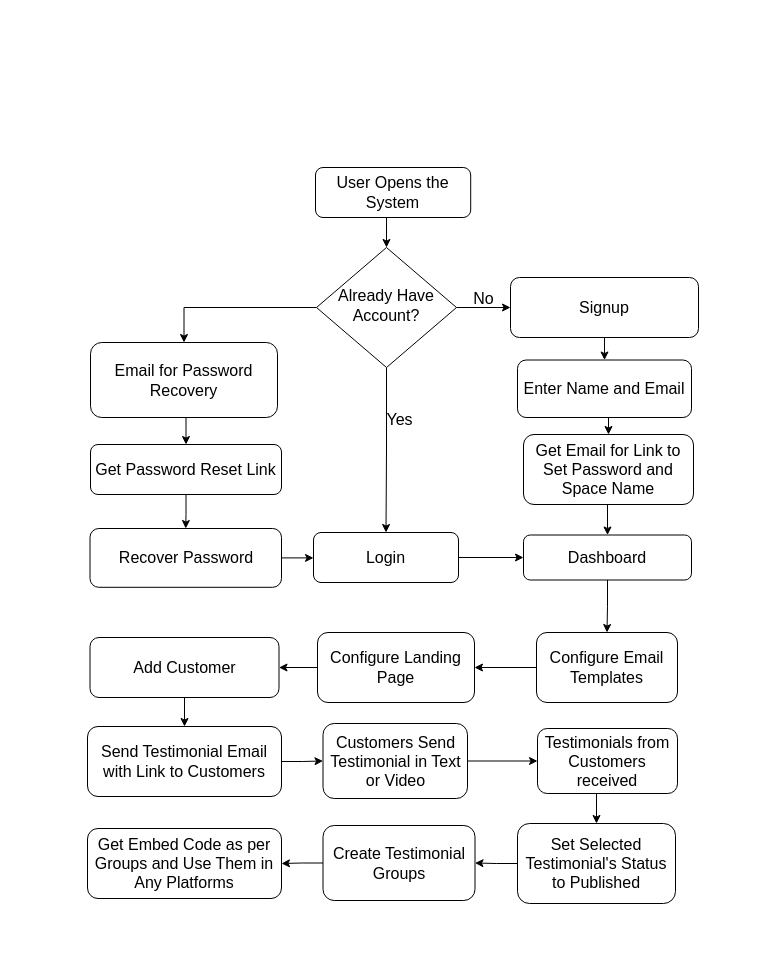
Before: Untitled Diagram.drawio in banmala/draw.io, a draw.io diagram. Source tidied: cells renumbered, new cells numbered last; positions are measured from the earlier drawing's top-left corner, leaving out a move shared by most shapes. Both pictures are drawn from the tidied source at 100%, with x=0, y=0 at pixel (87, 167).
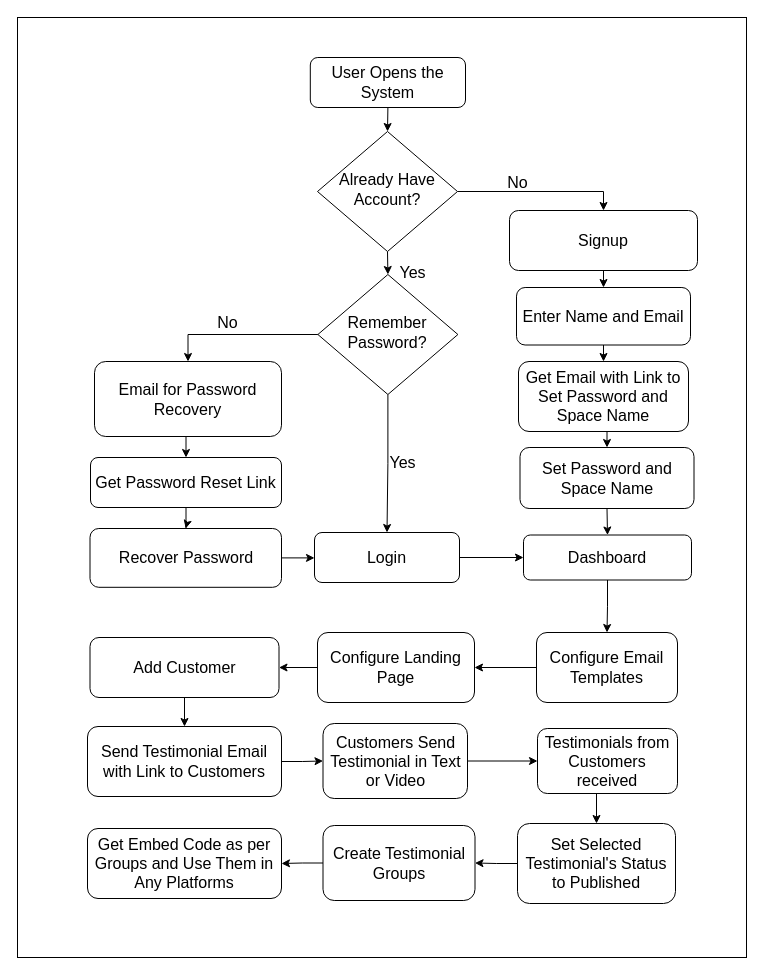
The same page after the edit.

The change refers to these unchanged cells:
```xml
<mxCell id="21" value="Dashboard" style="rounded=1;whiteSpace=wrap;html=1;fontSize=16;glass=0;strokeWidth=1;shadow=0;" parent="1" vertex="1">
  <mxGeometry x="436" y="367.5" width="168" height="45" as="geometry" />
</mxCell>
```

Change to the diagram source:
```diff
@@
+    <mxCell id="43" style="rounded=0;strokeWidth=1;fontSize=16;labelBorderColor=none;fontColor=none;noLabel=1;textOpacity=0;" parent="1" vertex="1">
+      <mxGeometry x="-70" y="-150" width="729" height="940" as="geometry" />
+    </mxCell>
+    <mxCell id="44" style="edgeStyle=orthogonalEdgeStyle;rounded=0;jettySize=auto;html=1;exitX=0.5;exitY=1;exitDx=0;exitDy=0;entryX=0.5;entryY=0;entryDx=0;entryDy=0;strokeWidth=1;fontSize=16;fontColor=none;" parent="1" edge="1" source="5" target="48">
+      <mxGeometry relative="1" as="geometry" />
+    </mxCell>
-    <mxCell id="2" style="edgeStyle=orthogonalEdgeStyle;rounded=0;jettySize=auto;html=1;exitX=1;exitY=0.5;exitDx=0;exitDy=0;entryX=0;entryY=0.5;entryDx=0;entryDy=0;strokeWidth=1;fontSize=16;" parent="1" edge="1" source="5" target="7">
-      <mxGeometry relative="1" as="geometry" />
+    <mxCell id="2" style="edgeStyle=orthogonalEdgeStyle;rounded=0;jettySize=auto;html=1;exitX=1;exitY=0.5;exitDx=0;exitDy=0;entryX=0.5;entryY=0;entryDx=0;entryDy=0;strokeWidth=1;fontSize=16;fontColor=none;" parent="1" edge="1" source="5" target="7">
+      <mxGeometry relative="1" as="geometry">
+        <Array as="points">
+          <mxPoint x="516" y="24" />
+        </Array>
+      </mxGeometry>
     </mxCell>
-    <mxCell id="3" style="edgeStyle=orthogonalEdgeStyle;rounded=0;jettySize=auto;html=1;entryX=0.5;entryY=0;entryDx=0;entryDy=0;exitX=0.5;exitY=1;exitDx=0;exitDy=0;strokeWidth=1;fontSize=16;" parent="1" edge="1" source="5" target="12">
-      <mxGeometry relative="1" as="geometry" />
-    </mxCell>
-    <mxCell id="4" style="edgeStyle=orthogonalEdgeStyle;rounded=0;jettySize=auto;html=1;exitX=0;exitY=0.5;exitDx=0;exitDy=0;entryX=0.5;entryY=0;entryDx=0;entryDy=0;strokeWidth=1;fontSize=16;" parent="1" edge="1" source="5" target="15">
-      <mxGeometry relative="1" as="geometry" />
-    </mxCell>
     <mxCell id="5" value="Already Have Account?" style="rhombus;whiteSpace=wrap;html=1;shadow=0;fontFamily=Helvetica;fontSize=16;align=center;strokeWidth=1;spacing=6;spacingTop=-4;" parent="1" vertex="1">
-      <mxGeometry x="229" y="80" width="140" height="120" as="geometry" />
+      <mxGeometry x="230" y="-36" width="140" height="120" as="geometry" />
     </mxCell>
@@
     <mxCell id="7" value="Signup " style="rounded=1;whiteSpace=wrap;html=1;fontSize=16;glass=0;strokeWidth=1;shadow=0;" parent="1" vertex="1">
-      <mxGeometry x="423" y="110" width="188" height="60" as="geometry" />
+      <mxGeometry x="422" y="43" width="188" height="60" as="geometry" />
     </mxCell>
@@
     <mxCell id="9" value="User Opens the System" style="rounded=1;whiteSpace=wrap;html=1;fontSize=16;glass=0;strokeWidth=1;shadow=0;" parent="1" vertex="1">
-      <mxGeometry x="228" width="155.2" height="50" as="geometry" />
+      <mxGeometry x="222.8" y="-110" width="155.2" height="50" as="geometry" />
     </mxCell>
     <mxCell id="10" value="&lt;div style=&quot;font-size: 16px;&quot;&gt;No&lt;/div&gt;" style="text;html=1;align=center;verticalAlign=middle;strokeColor=none;fillColor=none;strokeWidth=1;fontSize=16;" parent="1" vertex="1">
-      <mxGeometry x="376.1" y="116" width="40" height="30" as="geometry" />
+      <mxGeometry x="410" width="40" height="30" as="geometry" />
     </mxCell>
@@
     <mxCell id="12" value="Login " style="rounded=1;whiteSpace=wrap;html=1;strokeWidth=1;fontSize=16;" parent="1" vertex="1">
-      <mxGeometry x="226" y="365" width="145" height="50" as="geometry" />
+      <mxGeometry x="227" y="365" width="145" height="50" as="geometry" />
     </mxCell>
     <mxCell id="13" value="Yes" style="text;html=1;align=center;verticalAlign=middle;strokeColor=none;fillColor=none;strokeWidth=1;fontSize=16;" parent="1" vertex="1">
-      <mxGeometry x="286.5" y="237" width="50" height="30" as="geometry" />
+      <mxGeometry x="300" y="90" width="50" height="30" as="geometry" />
     </mxCell>
@@
     <mxCell id="15" value="Email for Password Recovery" style="rounded=1;whiteSpace=wrap;html=1;fontSize=16;glass=0;strokeWidth=1;shadow=0;" parent="1" vertex="1">
-      <mxGeometry x="3" y="175" width="187" height="75" as="geometry" />
+      <mxGeometry x="7" y="194" width="187" height="75" as="geometry" />
     </mxCell>
@@
     <mxCell id="17" value="Get Password Reset Link" style="rounded=1;whiteSpace=wrap;html=1;fontSize=16;glass=0;strokeWidth=1;shadow=0;" parent="1" vertex="1">
-      <mxGeometry x="3" y="277" width="191" height="50" as="geometry" />
+      <mxGeometry x="3" y="290" width="191" height="50" as="geometry" />
     </mxCell>
@@
     <mxCell id="23" value="Enter Name and Email " style="rounded=1;whiteSpace=wrap;html=1;fontSize=16;glass=0;strokeWidth=1;shadow=0;" parent="1" vertex="1">
-      <mxGeometry x="430" y="192.5" width="174" height="57.5" as="geometry" />
+      <mxGeometry x="429" y="120" width="174" height="57.5" as="geometry" />
     </mxCell>
-    <mxCell id="24" style="edgeStyle=orthogonalEdgeStyle;rounded=0;jettySize=auto;html=1;exitX=0.5;exitY=1;exitDx=0;exitDy=0;entryX=0.5;entryY=0;entryDx=0;entryDy=0;strokeWidth=1;fontSize=16;" parent="1" edge="1" source="25" target="21">
-      <mxGeometry relative="1" as="geometry" />
-    </mxCell>
+    <mxCell id="45" style="edgeStyle=orthogonalEdgeStyle;rounded=0;jettySize=auto;html=1;exitX=0.5;exitY=1;exitDx=0;exitDy=0;entryX=0.5;entryY=0;entryDx=0;entryDy=0;strokeWidth=1;fontSize=16;fontColor=none;" parent="1" edge="1" source="25" target="52">
+      <mxGeometry relative="1" as="geometry" />
+    </mxCell>
-    <mxCell id="25" value="Get Email for Link to Set Password and Space Name" style="rounded=1;whiteSpace=wrap;html=1;fontSize=16;glass=0;strokeWidth=1;shadow=0;" parent="1" vertex="1">
-      <mxGeometry x="436" y="267" width="170" height="70" as="geometry" />
+    <mxCell id="25" value="Get Email with Link to Set Password and Space Name" style="rounded=1;whiteSpace=wrap;html=1;fontSize=16;glass=0;strokeWidth=1;shadow=0;" parent="1" vertex="1">
+      <mxGeometry x="431" y="194" width="170" height="70" as="geometry" />
     </mxCell>
@@
+    <mxCell id="46" style="edgeStyle=orthogonalEdgeStyle;rounded=0;jettySize=auto;html=1;exitX=0.5;exitY=1;exitDx=0;exitDy=0;entryX=0.5;entryY=0;entryDx=0;entryDy=0;strokeWidth=1;fontSize=16;fontColor=none;" parent="1" edge="1" source="48" target="12">
+      <mxGeometry relative="1" as="geometry" />
+    </mxCell>
+    <mxCell id="47" style="edgeStyle=orthogonalEdgeStyle;rounded=0;jettySize=auto;html=1;exitX=0;exitY=0.5;exitDx=0;exitDy=0;entryX=0.5;entryY=0;entryDx=0;entryDy=0;strokeWidth=1;fontSize=16;fontColor=none;" parent="1" edge="1" source="48" target="15">
+      <mxGeometry relative="1" as="geometry" />
+    </mxCell>
+    <mxCell id="48" value="Remember Password?" style="rhombus;whiteSpace=wrap;html=1;shadow=0;fontFamily=Helvetica;fontSize=16;align=center;strokeWidth=1;spacing=6;spacingTop=-4;" parent="1" vertex="1">
+      <mxGeometry x="230.4" y="107" width="140" height="120" as="geometry" />
+    </mxCell>
+    <mxCell id="49" value="&lt;div style=&quot;font-size: 16px;&quot;&gt;No&lt;/div&gt;" style="text;html=1;align=center;verticalAlign=middle;strokeColor=none;fillColor=none;strokeWidth=1;fontSize=16;" parent="1" vertex="1">
+      <mxGeometry x="120" y="140" width="40" height="30" as="geometry" />
+    </mxCell>
+    <mxCell id="50" value="Yes" style="text;html=1;align=center;verticalAlign=middle;strokeColor=none;fillColor=none;strokeWidth=1;fontSize=16;" parent="1" vertex="1">
+      <mxGeometry x="290" y="280" width="50" height="30" as="geometry" />
+    </mxCell>
+    <mxCell id="51" style="edgeStyle=orthogonalEdgeStyle;rounded=0;jettySize=auto;html=1;exitX=0.5;exitY=1;exitDx=0;exitDy=0;entryX=0.5;entryY=0;entryDx=0;entryDy=0;strokeWidth=1;fontSize=16;fontColor=none;" parent="1" edge="1" source="52" target="21">
+      <mxGeometry relative="1" as="geometry" />
+    </mxCell>
+    <mxCell id="52" value="Set Password and Space Name" style="rounded=1;whiteSpace=wrap;html=1;fontSize=16;glass=0;strokeWidth=1;shadow=0;" parent="1" vertex="1">
+      <mxGeometry x="432.5" y="280" width="174" height="61" as="geometry" />
+    </mxCell>
```
